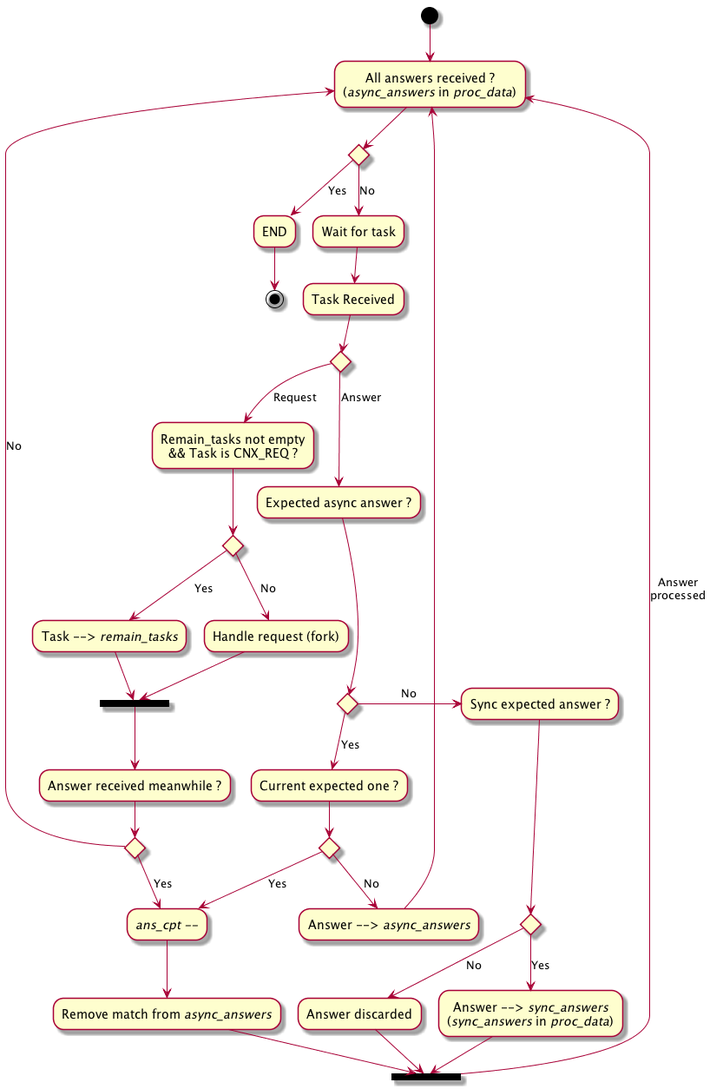
Before: doc/UML/Algo_recept_Wait.png, a diagram exported from PlantUML (tof25/DST). Source of this version:
```plantuml
@startuml
(*top) -->"All answers received ?\n(<i>async_answers</i> in <i>proc_data</i>)" as st1

if "" then
    -->[Yes] "END"
    -->(*)
else
    -->[No] "Wait for task"
    --> "Task Received"

    if "" then
        -->[Request] "Remain_tasks not empty\n&& Task is CNX_REQ ?"
        if "" then
            -->[Yes] "Task --> <i>remain_tasks</i>"
            --> == REQUEST_PROCESSED ==
        else
            -->[No] "Handle request (fork)"
            --> == REQUEST_PROCESSED ==
        endif
        == REQUEST_PROCESSED == --> "Answer received meanwhile ?"
        if "" then
            -->[Yes] "<i>ans_cpt --</i>"
        else
            -->[No] st1
        endif

    else
        -->[Answer] "Expected async answer ?"
        if "" then
            -->[Yes] "Current expected one ?"
            if "" then
                -->[Yes] "<i>ans_cpt --</i>"
                --> "Remove match from <i>async_answers</i>"
                --> == ANSWER_PROCESSED ==
            else
                -->[No] "Answer --> <i>async_answers</i>"
                --> st1
            endif
        else
            -right->[No] "Sync expected answer ?"
            if "" then
                -->[Yes] "Answer --> <i>sync_answers</i>\n(<i>sync_answers</i> in <i>proc_data</i>)"
                --> == ANSWER_PROCESSED ==
            else
                    -->[No] "Answer discarded"
                    --> == ANSWER_PROCESSED ==
            endif
        endif
        == ANSWER_PROCESSED == -->[Answer\nprocessed] st1
    endif
endif
@enduml
```
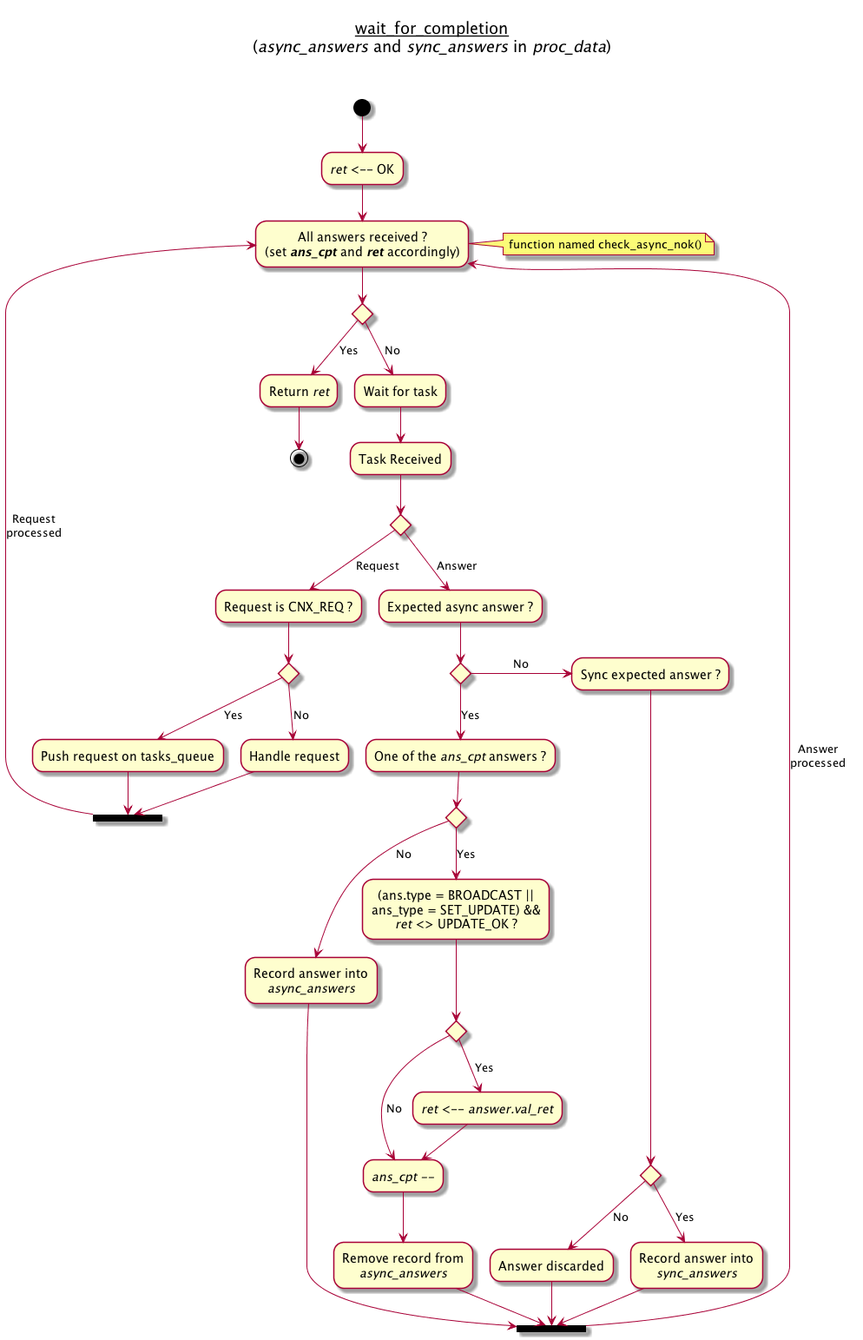
After the commit.

Commit message:
Algos wait_for_completion et recept_send_msg_sync terminés

Diff of the diagram source:
```diff
@@ -1,52 +1,56 @@
 @startuml
-(*top) -->"All answers received ?\n(<i>async_answers</i> in <i>proc_data</i>)" as st1
+title \n<u>wait_for_completion\n(<i>async_answers</i> and <i>sync_answers</i> in <i>proc_data</i>)\n\n</u>\n
+
+(*top) -->"<i>ret</i> <-- OK"
+-->"All answers received ?\n(set <i><b>ans_cpt</i></b> and <i><b>ret</i></b> accordingly)" as st1
+note right: function named check_async_nok()
 
 if "" then
-    -->[Yes] "END"
+    -->[Yes] "Return <i>ret</i>"
     -->(*)
 else
     -->[No] "Wait for task"
     --> "Task Received"
 
     if "" then
-        -->[Request] "Remain_tasks not empty\n&& Task is CNX_REQ ?"
+        -->[Request] "Request is CNX_REQ ?"
         if "" then
-            -->[Yes] "Task --> <i>remain_tasks</i>"
-            --> == REQUEST_PROCESSED ==
+            -->[Yes] "Push request on tasks_queue"
+            --> == LOOP ==
         else
-            -->[No] "Handle request (fork)"
-            --> == REQUEST_PROCESSED ==
+            -->[No] "Handle request"
+            --> == LOOP ==
         endif
-        == REQUEST_PROCESSED == --> "Answer received meanwhile ?"
-        if "" then
-            -->[Yes] "<i>ans_cpt --</i>"
-        else
-            -->[No] st1
-        endif
-
+        == LOOP == -->[Request\nprocessed] st1
     else
         -->[Answer] "Expected async answer ?"
         if "" then
-            -->[Yes] "Current expected one ?"
+            -->[Yes] "One of the <i>ans_cpt</i> answers ?"
             if "" then
-                -->[Yes] "<i>ans_cpt --</i>"
-                --> "Remove match from <i>async_answers</i>"
-                --> == ANSWER_PROCESSED ==
+                -->[Yes]"(ans.type = BROADCAST ||\nans_type = SET_UPDATE) &&\n<i>ret</i> <> UPDATE_OK ?"
+                if "" then
+                    -->[Yes]"<i>ret</i> <-- <i>answer.val_ret</i>"
+                    -->"<i>ans_cpt --</i>" as jump1
+                else
+                    -->[No]jump1
+                endif
+                --> "Remove record from\n<i>async_answers</i>"
+                --> == LOOP2 ==
             else
-                -->[No] "Answer --> <i>async_answers</i>"
-                --> st1
+                -->[No] "Record answer into\n<i>async_answers</i>"
+                --> == LOOP2 ==
             endif
         else
             -right->[No] "Sync expected answer ?"
             if "" then
-                -->[Yes] "Answer --> <i>sync_answers</i>\n(<i>sync_answers</i> in <i>proc_data</i>)"
-                --> == ANSWER_PROCESSED ==
+                -->[Yes] "Record answer into\n<i>sync_answers</i>"
+                --> == LOOP2 ==
             else
                     -->[No] "Answer discarded"
-                    --> == ANSWER_PROCESSED ==
+                    --> == LOOP2 ==
             endif
         endif
-        == ANSWER_PROCESSED == -->[Answer\nprocessed] st1
+        == LOOP2 == -->[Answer\nprocessed] st1
     endif
 endif
 @enduml
```
